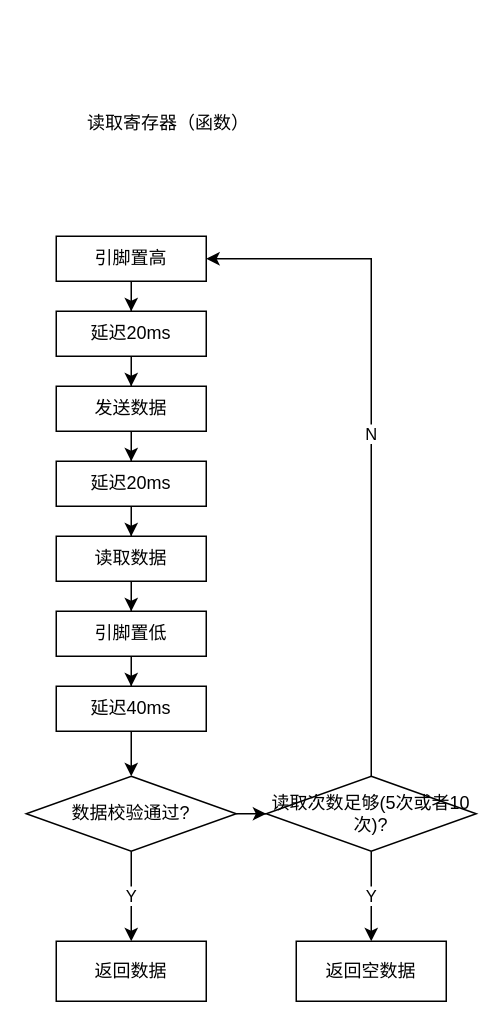
Earlier version of the draw.io diagram page "第 1 页" (1 of 3) of powerread.drawio (SearchFan/Chip_Flowchart). Source tidied: cells renumbered, new cells numbered last; positions are measured from the earlier drawing's top-left corner, leaving out a move shared by most shapes. Both pictures are drawn from the tidied source at 150%, with x=0, y=0 at pixel (26, 100).
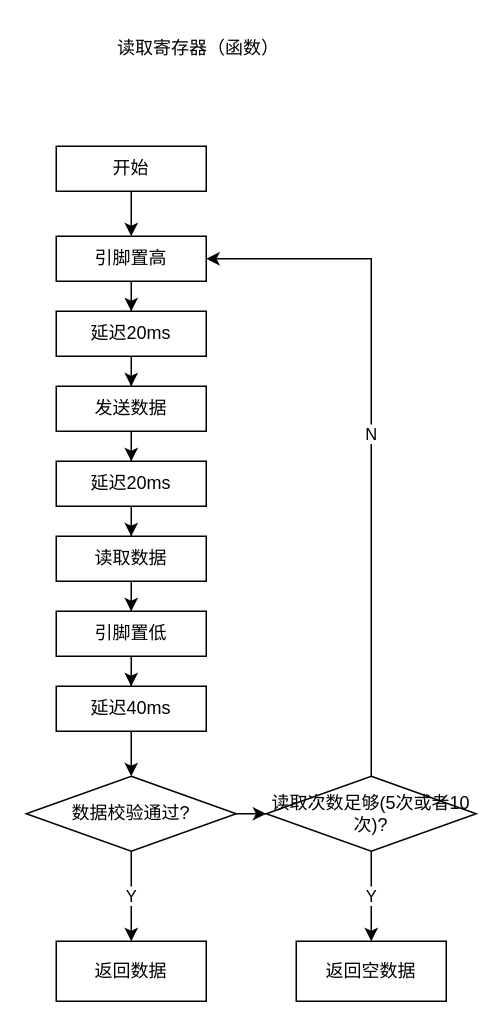
After the change.

Unchanged cells that the change refers to:
```xml
<mxCell id="3" value="引脚置高" style="rounded=0;whiteSpace=wrap;html=1;" parent="1" vertex="1">
  <mxGeometry x="20" y="90" width="100" height="30" as="geometry" />
</mxCell>
```

What changed in the source:
```diff
@@
     <mxCell id="24" value="读取寄存器（函数）" style="text;html=1;strokeColor=none;fillColor=none;align=center;verticalAlign=middle;whiteSpace=wrap;rounded=0;" parent="1" vertex="1">
-      <mxGeometry x="30" width="130" height="30" as="geometry" />
+      <mxGeometry x="50" y="-50" width="130" height="30" as="geometry" />
     </mxCell>
+    <mxCell id="25" style="edgeStyle=orthogonalEdgeStyle;rounded=0;jettySize=auto;html=1;exitX=0.5;exitY=1;exitDx=0;exitDy=0;entryX=0.5;entryY=0;entryDx=0;entryDy=0;" parent="1" edge="1" source="26" target="3">
+      <mxGeometry relative="1" as="geometry" />
+    </mxCell>
+    <mxCell id="26" value="开始" style="rounded=0;whiteSpace=wrap;html=1;" parent="1" vertex="1">
+      <mxGeometry x="20" y="30" width="100" height="30" as="geometry" />
+    </mxCell>
```
